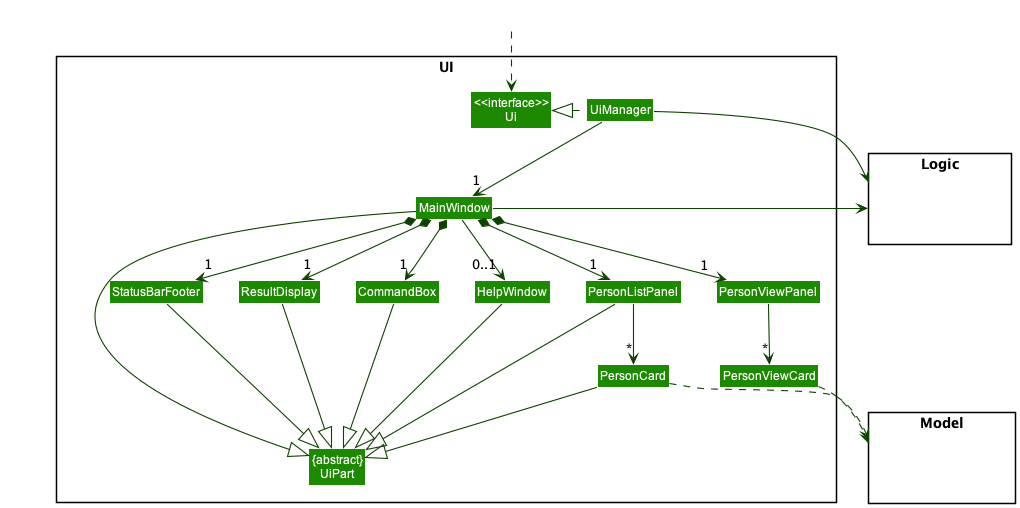
Above: docs/images/UiClassDiagram.png in vishandi/tp (PlantUML), before the change.
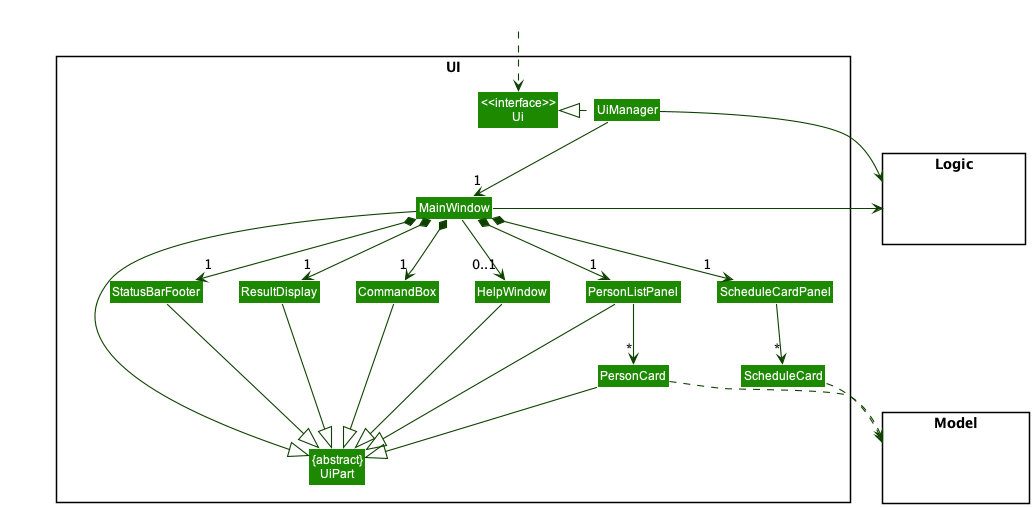
The same diagram one commit later.

Diff of the diagram source:
```diff
@@ -15,8 +15,8 @@
 Class PersonCard
 Class StatusBarFooter
 Class CommandBox
-Class PersonViewPanel
-Class PersonViewCard
+Class ScheduleCardPanel
+Class ScheduleCard
 }
 
 package Model <<Rectangle>> {
@@ -35,12 +35,12 @@
 MainWindow *-down->  "1" CommandBox
 MainWindow *-down-> "1" ResultDisplay
 MainWindow *-down-> "1" PersonListPanel
-MainWindow *-down-> "1" PersonViewPanel
+MainWindow *-down-> "1" ScheduleCardPanel
 MainWindow *-down-> "1" StatusBarFooter
 MainWindow --> "0..1" HelpWindow
 
 PersonListPanel -down-> "*" PersonCard
-PersonViewPanel -down-> "*" PersonViewCard
+ScheduleCardPanel -down-> "*" ScheduleCard
 
 MainWindow -left-|> UiPart
 
@@ -52,11 +52,11 @@
 HelpWindow --|> UiPart
 
 PersonCard ..> Model
-PersonViewCard ..> Model
+ScheduleCard ..> Model
 UiManager -right-> Logic
 MainWindow -left-> Logic
 
-PersonViewPanel -[hidden]left- PersonListPanel
+ScheduleCardPanel -[hidden]left- PersonListPanel
 PersonListPanel -[hidden]left- HelpWindow
 HelpWindow -[hidden]left- CommandBox
 CommandBox -[hidden]left- ResultDisplay
```
